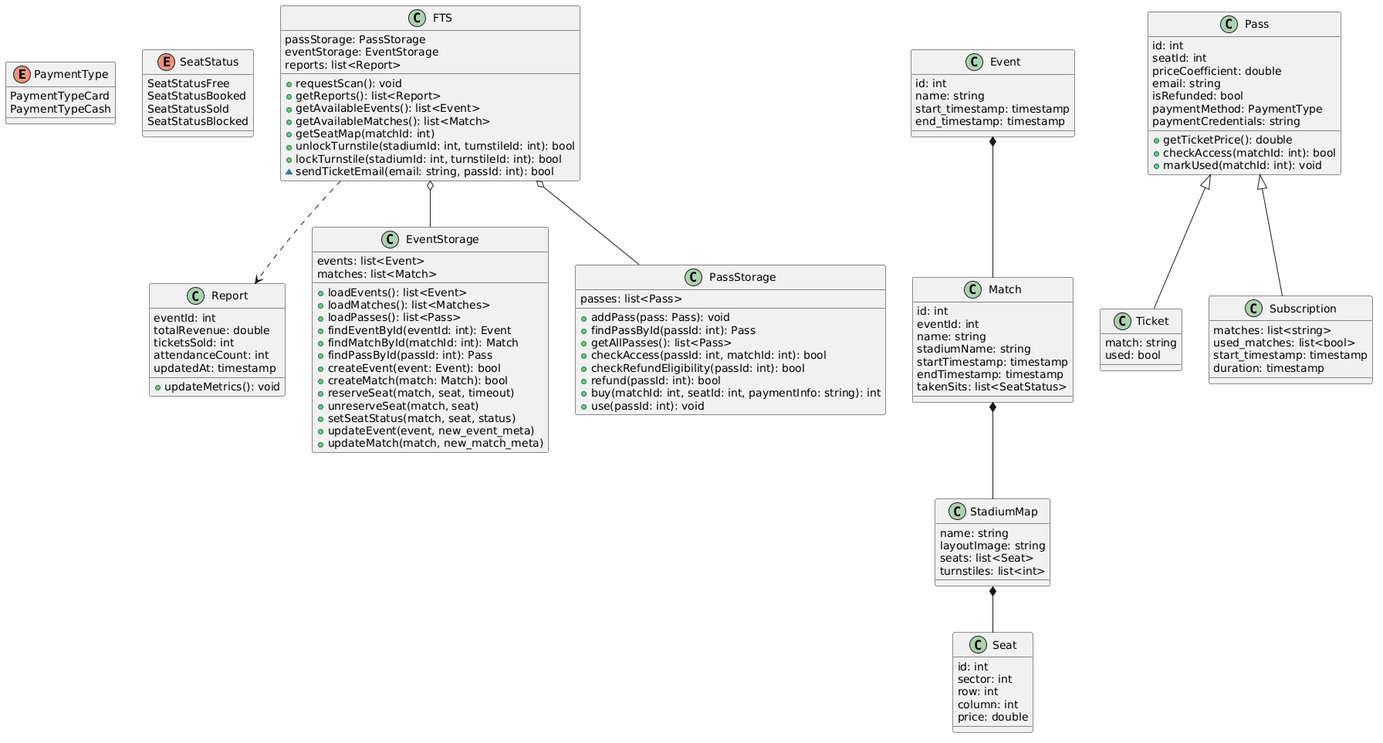
The PlantUML diagram source/Диаграмма Классов.png in penamarth/bsbo-11-24_team5_var10_football, before a commit. Its diagram source:
```plantuml
@startuml
enum PaymentType {
	PaymentTypeCard
	PaymentTypeCash
}

enum SeatStatus {
	SeatStatusFree
	SeatStatusBooked
	SeatStatusSold
	SeatStatusBlocked
}

class FTS {
	passStorage: PassStorage
	eventStorage: EventStorage
	reports: list<Report>
	+ requestScan(): void
    + getReports(): list<Report>
	+ getAvailableEvents(): list<Event>
	+ getAvailableMatches(): list<Match>
	+ getSeatMap(matchId: int)
	+ unlockTurnstile(stadiumId: int, turnstileId: int): bool
	+ lockTurnstile(stadiumId: int, turnstileId: int): bool
	~ sendTicketEmail(email: string, passId: int): bool
}

class Report {
	eventId: int
	totalRevenue: double
	ticketsSold: int
	attendanceCount: int
	updatedAt: timestamp
	+ updateMetrics(): void
}

class EventStorage {
	events: list<Event>
	matches: list<Match>
	+ loadEvents(): list<Event>
	+ loadMatches(): list<Matches>
	+ loadPasses(): list<Pass>
	+ findEventById(eventId: int): Event
	+ findMatchById(matchId: int): Match
	+ findPassById(passId: int): Pass
	+ createEvent(event: Event): bool
	+ createMatch(match: Match): bool
	+ reserveSeat(match, seat, timeout)
	+ unreserveSeat(match, seat)
	+ setSeatStatus(match, seat, status)
	+ updateEvent(event, new_event_meta)
	+ updateMatch(match, new_match_meta)
}

class Event {
	id: int
	name: string
	start_timestamp: timestamp
	end_timestamp: timestamp
}

class Match {
	id: int
	eventId: int
	name: string
	stadiumName: string
	startTimestamp: timestamp
	endTimestamp: timestamp
	takenSits: list<SeatStatus>
}

class StadiumMap {
	name: string
	layoutImage: string
	seats: list<Seat>
	turnstiles: list<int>
}

class Seat {
	id: int
	sector: int
	row: int
	column: int
	price: double
}

class PassStorage {
	passes: list<Pass>
	+ addPass(pass: Pass): void
	+ findPassById(passId: int): Pass
	+ getAllPasses(): list<Pass>
	+ checkAccess(passId: int, matchId: int): bool
	+ checkRefundEligibility(passId: int): bool
	+ refund(passId: int): bool
	+ buy(matchId: int, seatId: int, paymentInfo: string): int
	+ use(passId: int): void
}

class Pass {
	id: int
	seatId: int
	priceCoefficient: double
	email: string
	isRefunded: bool
	paymentMethod: PaymentType
	paymentCredentials: string
	+ getTicketPrice(): double
	+ checkAccess(matchId: int): bool
	+ markUsed(matchId: int): void
}

class Ticket extends Pass {
	match: string
	used: bool
}

class Subscription extends Pass {
	matches: list<string>
	used_matches: list<bool>
	start_timestamp: timestamp
	duration: timestamp
}

FTS o-- EventStorage
FTS o-- PassStorage
FTS ..> Report

Event *-- Match
Match *-- StadiumMap
StadiumMap *-- Seat
@enduml
```
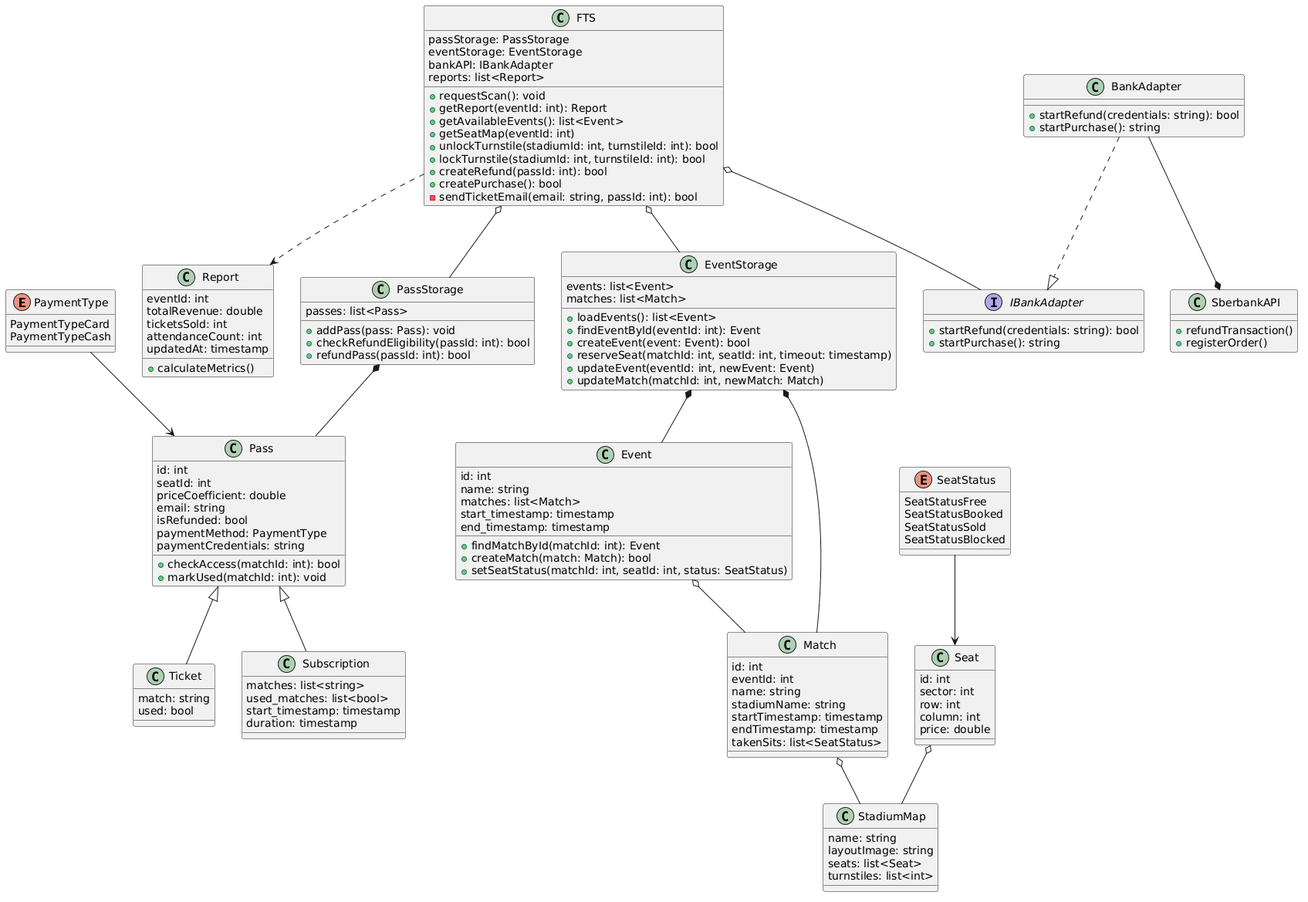
The same file after the commit.

What changed in the source:
```diff
@@ -14,15 +14,17 @@
 class FTS {
 	passStorage: PassStorage
 	eventStorage: EventStorage
+    bankAPI: IBankAdapter
 	reports: list<Report>
 	+ requestScan(): void
-    + getReports(): list<Report>
+    + getReport(eventId: int): Report
 	+ getAvailableEvents(): list<Event>
-	+ getAvailableMatches(): list<Match>
-	+ getSeatMap(matchId: int)
+	+ getSeatMap(eventId: int)
 	+ unlockTurnstile(stadiumId: int, turnstileId: int): bool
 	+ lockTurnstile(stadiumId: int, turnstileId: int): bool
-	~ sendTicketEmail(email: string, passId: int): bool
+    + createRefund(passId: int): bool
+    + createPurchase(): bool
+	- sendTicketEmail(email: string, passId: int): bool
 }
 
 class Report {
@@ -31,37 +33,34 @@
 	ticketsSold: int
 	attendanceCount: int
 	updatedAt: timestamp
-	+ updateMetrics(): void
+	+ calculateMetrics()
 }
 
 class EventStorage {
 	events: list<Event>
 	matches: list<Match>
 	+ loadEvents(): list<Event>
-	+ loadMatches(): list<Matches>
-	+ loadPasses(): list<Pass>
 	+ findEventById(eventId: int): Event
-	+ findMatchById(matchId: int): Match
-	+ findPassById(passId: int): Pass
 	+ createEvent(event: Event): bool
-	+ createMatch(match: Match): bool
-	+ reserveSeat(match, seat, timeout)
-	+ unreserveSeat(match, seat)
-	+ setSeatStatus(match, seat, status)
-	+ updateEvent(event, new_event_meta)
-	+ updateMatch(match, new_match_meta)
+	+ reserveSeat(matchId: int, seatId: int, timeout: timestamp)
+	+ updateEvent(eventId: int, newEvent: Event)
+	+ updateMatch(matchId: int, newMatch: Match)
 }
 
 class Event {
 	id: int
 	name: string
+    matches: list<Match>
 	start_timestamp: timestamp
 	end_timestamp: timestamp
+	+ findMatchById(matchId: int): Event
+	+ createMatch(match: Match): bool
+	+ setSeatStatus(matchId: int, seatId: int, status: SeatStatus)
 }
 
 class Match {
 	id: int
-	eventId: int
+    eventId: int
 	name: string
 	stadiumName: string
 	startTimestamp: timestamp
@@ -87,13 +86,23 @@
 class PassStorage {
 	passes: list<Pass>
 	+ addPass(pass: Pass): void
-	+ findPassById(passId: int): Pass
-	+ getAllPasses(): list<Pass>
-	+ checkAccess(passId: int, matchId: int): bool
 	+ checkRefundEligibility(passId: int): bool
-	+ refund(passId: int): bool
-	+ buy(matchId: int, seatId: int, paymentInfo: string): int
-	+ use(passId: int): void
+    + refundPass(passId: int): bool
+}
+
+interface IBankAdapter {
+    + startRefund(credentials: string): bool
+    + startPurchase(): string
+}
+
+class BankAdapter {
+    + startRefund(credentials: string): bool
+    + startPurchase(): string
+}
+
+class SberbankAPI {
+    + refundTransaction()
+    + registerOrder()
 }
 
 class Pass {
@@ -104,7 +113,6 @@
 	isRefunded: bool
 	paymentMethod: PaymentType
 	paymentCredentials: string
-	+ getTicketPrice(): double
 	+ checkAccess(matchId: int): bool
 	+ markUsed(matchId: int): void
 }
@@ -123,9 +131,21 @@
 
 FTS o-- EventStorage
 FTS o-- PassStorage
+FTS o-- IBankAdapter
 FTS ..> Report
 
-Event *-- Match
-Match *-- StadiumMap
-StadiumMap *-- Seat
+PassStorage *-- Pass
+EventStorage *-- Event
+EventStorage *-- Match
+
+Event o-- Match
+Match o-- StadiumMap
+
+Seat o-- StadiumMap
+
+PaymentType --> Pass
+SeatStatus --> Seat
+
+BankAdapter ..|> IBankAdapter
+BankAdapter --* SberbankAPI
 @enduml
```
